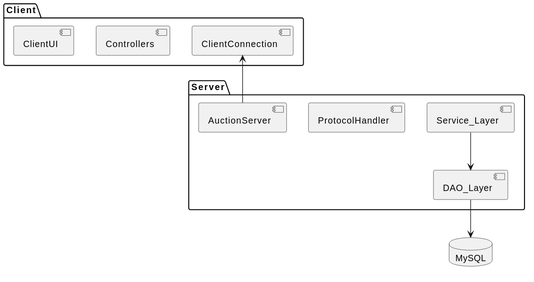
The PlantUML diagram docs/images/component.svg in duydo11/auction-system-cua-hai-giang-duy-va-beo, before a commit. The source it was exported from:
```plantuml
@startuml
package "Client" {
    [ClientUI]
    [Controllers]
    [ClientConnection]
}

package "Server" {
    [AuctionServer]
    [ProtocolHandler]
    [Service_Layer]
    [DAO_Layer]
}

database "MySQL" as DB

[ClientConnection] <-- [AuctionServer]
[Service_Layer] --> [DAO_Layer]
[DAO_Layer] --> DB
@enduml
```
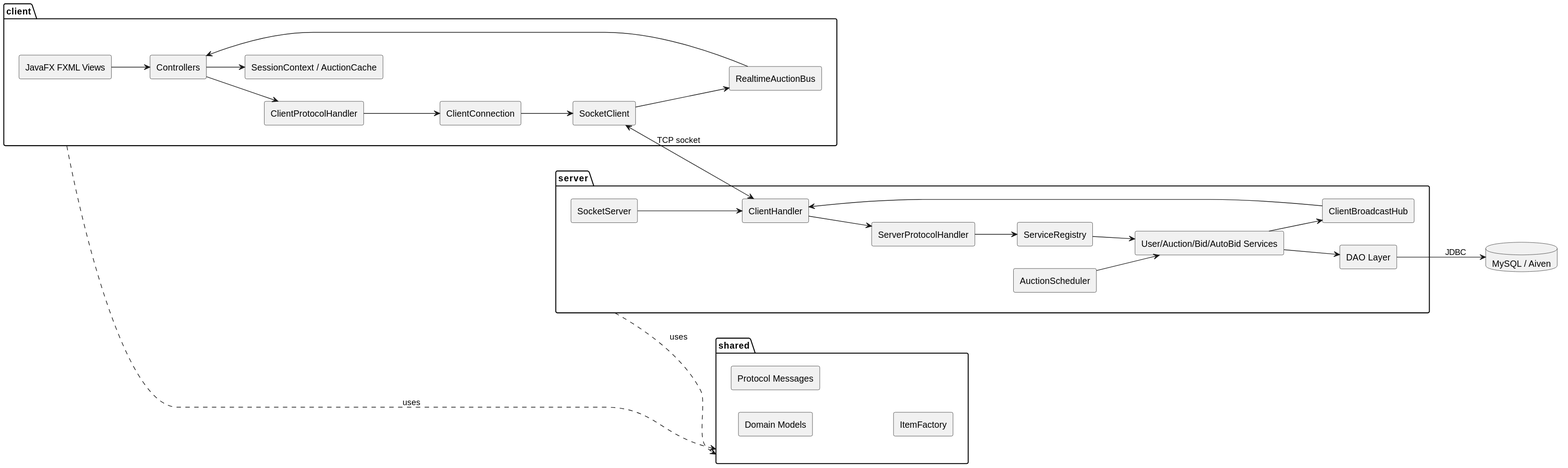
Above is the later version.

Change to the diagram source:
```diff
@@ -1,20 +1,55 @@
 @startuml
-package "Client" {
-    [ClientUI]
-    [Controllers]
-    [ClientConnection]
+skinparam componentStyle rectangle
+left to right direction
+
+package "client" {
+  component "JavaFX FXML Views" as V
+  component "Controllers" as C
+  component "ClientProtocolHandler" as CPH
+  component "ClientConnection" as CC
+  component "SocketClient" as SC
+  component "RealtimeAuctionBus" as RAB
+  component "SessionContext / AuctionCache" as ClientState
+
+  V --> C
+  C --> CPH
+  C --> ClientState
+  CPH --> CC
+  CC --> SC
+  SC --> RAB
+  RAB --> C
 }
 
-package "Server" {
-    [AuctionServer]
-    [ProtocolHandler]
-    [Service_Layer]
-    [DAO_Layer]
+package "shared" {
+  component "Domain Models" as SharedModels
+  component "Protocol Messages" as SharedProtocol
+  component "ItemFactory" as SharedFactory
 }
 
-database "MySQL" as DB
+package "server" {
+  component "SocketServer" as SS
+  component "ClientHandler" as CH
+  component "ServerProtocolHandler" as SPH
+  component "ServiceRegistry" as SR
+  component "User/Auction/Bid/AutoBid Services" as SVC
+  component "AuctionScheduler" as AS
+  component "ClientBroadcastHub" as CBH
+  component "DAO Layer" as DAO
 
-[ClientConnection] <-- [AuctionServer]
-[Service_Layer] --> [DAO_Layer]
-[DAO_Layer] --> DB
+  SS --> CH
+  CH --> SPH
+  SPH --> SR
+  SR --> SVC
+  AS --> SVC
+  SVC --> DAO
+  SVC --> CBH
+  CBH --> CH
+}
+
+database "MySQL / Aiven" as DB
+
+SC <--> CH : TCP socket
+DAO --> DB : JDBC
+client ..> shared : uses
+server ..> shared : uses
 @enduml
```
